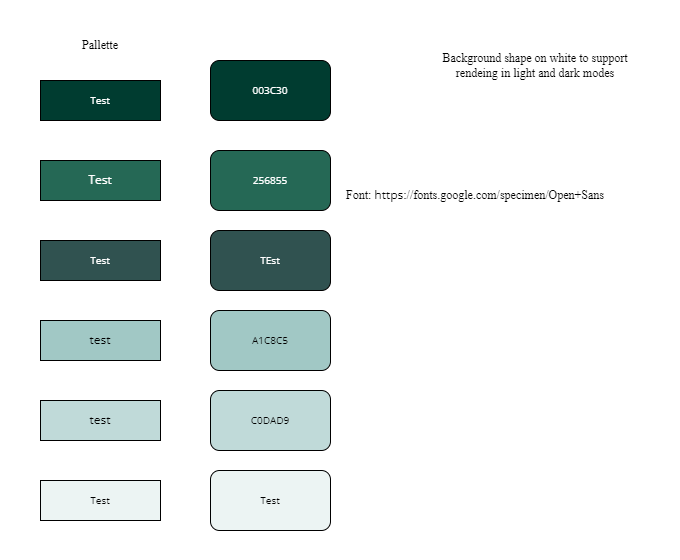
tazama-lf/docs keeps this draw.io diagram as files/templates/Tazama-template.drawio.png. Above is the earlier version. Source tidied: cells renumbered, new cells last; positions are measured from the earlier drawing's top-left corner, leaving out a move shared by most shapes.
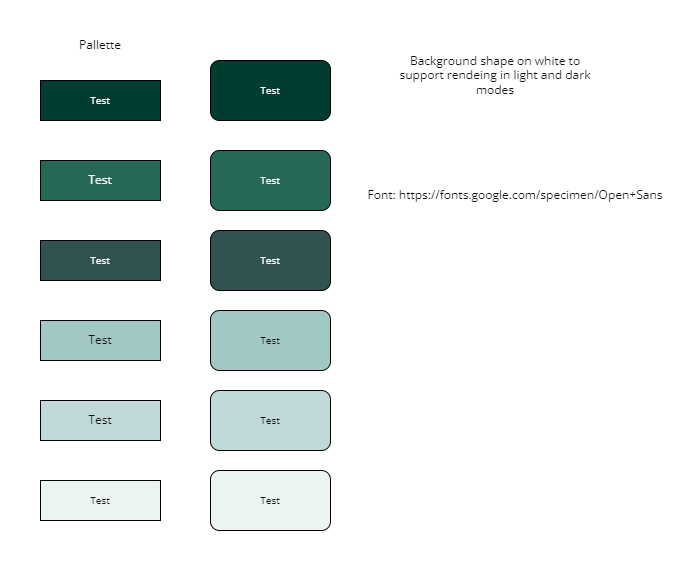
After the change.

Change to the diagram source:
```diff
@@ -2,52 +2,52 @@
   <root>
     <mxCell id="0" />
     <mxCell id="1" parent="0" />
-    <mxCell id="2" style="rounded=1;whiteSpace=wrap;html=1;strokeColor=none;" parent="1" vertex="1">
+    <mxCell id="2" style="rounded=1;whiteSpace=wrap;html=1;strokeColor=none;fillColor=#FFFFFF;fontColor=#0d0d0d;fontFamily=Open Sans;fontSource=https%3A%2F%2Ffonts.googleapis.com%2Fcss%3Ffamily%3DOpen%2BSans;" parent="1" vertex="1">
       <mxGeometry width="680" height="560" as="geometry" />
     </mxCell>
-    <mxCell id="3" value="&lt;font color=&quot;#ffffff&quot; style=&quot;font-size: 10px;&quot; face=&quot;open sans&quot;&gt;Test&lt;/font&gt;" style="rounded=0;whiteSpace=wrap;html=1;fillColor=#003c30;" parent="1" vertex="1">
+    <mxCell id="3" value="&lt;font color=&quot;#ffffff&quot; style=&quot;font-size: 10px;&quot;&gt;Test&lt;/font&gt;" style="rounded=0;whiteSpace=wrap;html=1;fillColor=#003c30;fontFamily=Open Sans;fontSource=https%3A%2F%2Ffonts.googleapis.com%2Fcss%3Ffamily%3DOpen%2BSans;" parent="1" vertex="1">
       <mxGeometry x="40" y="80" width="120" height="40" as="geometry" />
     </mxCell>
-    <mxCell id="4" value="&lt;font color=&quot;#ffffff&quot; face=&quot;open sans&quot;&gt;Test&lt;/font&gt;" style="rounded=0;whiteSpace=wrap;html=1;fillColor=#256855;" parent="1" vertex="1">
+    <mxCell id="4" value="&lt;font color=&quot;#ffffff&quot;&gt;Test&lt;/font&gt;" style="rounded=0;whiteSpace=wrap;html=1;fillColor=#256855;fontFamily=Open Sans;fontSource=https%3A%2F%2Ffonts.googleapis.com%2Fcss%3Ffamily%3DOpen%2BSans;" parent="1" vertex="1">
       <mxGeometry x="40" y="160" width="120" height="40" as="geometry" />
     </mxCell>
-    <mxCell id="5" value="&lt;font color=&quot;#ffffff&quot; style=&quot;font-size: 10px;&quot; face=&quot;open sans&quot;&gt;Test&lt;/font&gt;" style="rounded=0;whiteSpace=wrap;html=1;fillColor=#305250;" parent="1" vertex="1">
+    <mxCell id="5" value="&lt;font color=&quot;#ffffff&quot; style=&quot;font-size: 10px;&quot;&gt;Test&lt;/font&gt;" style="rounded=0;whiteSpace=wrap;html=1;fillColor=#305250;fontFamily=Open Sans;fontSource=https%3A%2F%2Ffonts.googleapis.com%2Fcss%3Ffamily%3DOpen%2BSans;" parent="1" vertex="1">
       <mxGeometry x="40" y="240" width="120" height="40" as="geometry" />
     </mxCell>
-    <mxCell id="6" value="&lt;font face=&quot;open sans&quot;&gt;test&lt;/font&gt;" style="rounded=0;whiteSpace=wrap;html=1;fillColor=#a1c8c5;" parent="1" vertex="1">
+    <mxCell id="6" value="&lt;font&gt;Test&lt;/font&gt;" style="rounded=0;whiteSpace=wrap;html=1;fillColor=#a1c8c5;fontColor=#0d0d0d;fontFamily=Open Sans;fontSource=https%3A%2F%2Ffonts.googleapis.com%2Fcss%3Ffamily%3DOpen%2BSans;" parent="1" vertex="1">
       <mxGeometry x="40" y="320" width="120" height="40" as="geometry" />
     </mxCell>
-    <mxCell id="7" value="&lt;font face=&quot;open sans&quot;&gt;test&lt;/font&gt;" style="rounded=0;whiteSpace=wrap;html=1;fillColor=#C0DAD9;" parent="1" vertex="1">
+    <mxCell id="7" value="&lt;font&gt;Test&lt;/font&gt;" style="rounded=0;whiteSpace=wrap;html=1;fillColor=#C0DAD9;fontColor=#0d0d0d;fontFamily=Open Sans;fontSource=https%3A%2F%2Ffonts.googleapis.com%2Fcss%3Ffamily%3DOpen%2BSans;" parent="1" vertex="1">
       <mxGeometry x="40" y="400" width="120" height="40" as="geometry" />
     </mxCell>
-    <mxCell id="8" value="&lt;font style=&quot;font-size: 10px;&quot; face=&quot;open sans&quot;&gt;Test&lt;/font&gt;" style="rounded=0;whiteSpace=wrap;html=1;fillColor=#ecf4f3;" parent="1" vertex="1">
+    <mxCell id="8" value="&lt;font style=&quot;font-size: 10px;&quot;&gt;Test&lt;/font&gt;" style="rounded=0;whiteSpace=wrap;html=1;fillColor=#ecf4f3;fontColor=#0d0d0d;fontFamily=Open Sans;fontSource=https%3A%2F%2Ffonts.googleapis.com%2Fcss%3Ffamily%3DOpen%2BSans;" parent="1" vertex="1">
       <mxGeometry x="40" y="480" width="120" height="40" as="geometry" />
     </mxCell>
-    <mxCell id="9" value="Background shape on white to support rendeing in light and dark modes" style="text;html=1;align=center;verticalAlign=middle;whiteSpace=wrap;rounded=0;fontFamily=https://fonts.google.com/specimen/Open+Sans;" parent="1" vertex="1">
-      <mxGeometry x="430" y="50" width="210" height="30" as="geometry" />
+    <mxCell id="9" value="Background shape on white to support rendeing in light and dark modes" style="text;html=1;align=center;verticalAlign=middle;whiteSpace=wrap;rounded=0;fontFamily=Open Sans;fontColor=#0d0d0d;fontSource=https%3A%2F%2Ffonts.googleapis.com%2Fcss%3Ffamily%3DOpen%2BSans;" parent="1" vertex="1">
+      <mxGeometry x="390" y="60" width="210" height="30" as="geometry" />
     </mxCell>
-    <mxCell id="10" value="Pallette" style="text;html=1;align=center;verticalAlign=middle;whiteSpace=wrap;rounded=0;fontFamily=https://fonts.google.com/specimen/Open+Sans;" parent="1" vertex="1">
+    <mxCell id="10" value="Pallette" style="text;html=1;align=center;verticalAlign=middle;whiteSpace=wrap;rounded=0;fontFamily=Open Sans;fontSource=https%3A%2F%2Ffonts.googleapis.com%2Fcss%3Ffamily%3DOpen%2BSans;" parent="1" vertex="1">
       <mxGeometry x="40" y="30" width="120" height="30" as="geometry" />
     </mxCell>
-    <mxCell id="11" value="Font:&amp;nbsp;&lt;font face=&quot;open sans&quot;&gt;https&lt;/font&gt;://fonts.google.com/specimen/Open+Sans" style="text;html=1;align=center;verticalAlign=middle;whiteSpace=wrap;rounded=0;fontFamily=https://fonts.google.com/specimen/Open+Sans;" parent="1" vertex="1">
-      <mxGeometry x="310" y="180" width="330" height="30" as="geometry" />
+    <mxCell id="11" value="Font:&amp;nbsp;&lt;font&gt;https&lt;/font&gt;://fonts.google.com/specimen/Open+Sans" style="text;html=1;align=center;verticalAlign=middle;whiteSpace=wrap;rounded=0;fontFamily=Open Sans;fontColor=#0d0d0d;fontSource=https%3A%2F%2Ffonts.googleapis.com%2Fcss%3Ffamily%3DOpen%2BSans;" parent="1" vertex="1">
+      <mxGeometry x="350" y="180" width="330" height="30" as="geometry" />
     </mxCell>
-    <mxCell id="12" value="&lt;font style=&quot;font-size: 10px;&quot; face=&quot;open sans&quot;&gt;C0DAD9&lt;/font&gt;" style="rounded=1;whiteSpace=wrap;html=1;fillColor=#C0DAD9;" parent="1" vertex="1">
+    <mxCell id="12" value="&lt;font style=&quot;font-size: 10px;&quot;&gt;Test&lt;/font&gt;" style="rounded=1;whiteSpace=wrap;html=1;fillColor=#C0DAD9;fontColor=#0d0d0d;fontFamily=Open Sans;fontSource=https%3A%2F%2Ffonts.googleapis.com%2Fcss%3Ffamily%3DOpen%2BSans;" parent="1" vertex="1">
       <mxGeometry x="210" y="390" width="120" height="60" as="geometry" />
     </mxCell>
-    <mxCell id="13" value="&lt;font style=&quot;font-size: 10px;&quot; face=&quot;open sans&quot;&gt;A1C8C5&lt;/font&gt;" style="rounded=1;whiteSpace=wrap;html=1;fillColor=#A1C8C5;" parent="1" vertex="1">
+    <mxCell id="13" value="&lt;font style=&quot;font-size: 10px;&quot;&gt;Test&lt;/font&gt;" style="rounded=1;whiteSpace=wrap;html=1;fillColor=#A1C8C5;fontColor=#0d0d0d;fontFamily=Open Sans;fontSource=https%3A%2F%2Ffonts.googleapis.com%2Fcss%3Ffamily%3DOpen%2BSans;" parent="1" vertex="1">
       <mxGeometry x="210" y="310" width="120" height="60" as="geometry" />
     </mxCell>
-    <mxCell id="14" value="&lt;font style=&quot;font-size: 10px;&quot; face=&quot;open sans&quot; color=&quot;#ffffff&quot;&gt;TEst&lt;/font&gt;" style="rounded=1;whiteSpace=wrap;html=1;fillColor=#305250;" parent="1" vertex="1">
+    <mxCell id="14" value="&lt;font style=&quot;font-size: 10px;&quot; color=&quot;#ffffff&quot;&gt;Test&lt;/font&gt;" style="rounded=1;whiteSpace=wrap;html=1;fillColor=#305250;fontFamily=Open Sans;fontSource=https%3A%2F%2Ffonts.googleapis.com%2Fcss%3Ffamily%3DOpen%2BSans;" parent="1" vertex="1">
       <mxGeometry x="210" y="230" width="120" height="60" as="geometry" />
     </mxCell>
-    <mxCell id="15" value="&lt;font style=&quot;font-size: 10px;&quot; color=&quot;#ffffff&quot; face=&quot;open sans&quot;&gt;256855&lt;/font&gt;" style="rounded=1;whiteSpace=wrap;html=1;fillColor=#256855;" parent="1" vertex="1">
+    <mxCell id="15" value="&lt;font style=&quot;font-size: 10px;&quot; color=&quot;#ffffff&quot;&gt;Test&lt;/font&gt;" style="rounded=1;whiteSpace=wrap;html=1;fillColor=#256855;fontFamily=Open Sans;fontSource=https%3A%2F%2Ffonts.googleapis.com%2Fcss%3Ffamily%3DOpen%2BSans;" parent="1" vertex="1">
       <mxGeometry x="210" y="150" width="120" height="60" as="geometry" />
     </mxCell>
-    <mxCell id="16" value="&lt;font color=&quot;#ffffff&quot; style=&quot;font-size: 10px;&quot; face=&quot;open sans&quot;&gt;003C30&lt;/font&gt;" style="rounded=1;whiteSpace=wrap;html=1;fillColor=#003C30;" parent="1" vertex="1">
+    <mxCell id="16" value="&lt;font color=&quot;#ffffff&quot; style=&quot;font-size: 10px;&quot;&gt;Test&lt;/font&gt;" style="rounded=1;whiteSpace=wrap;html=1;fillColor=#003C30;fontFamily=Open Sans;fontSource=https%3A%2F%2Ffonts.googleapis.com%2Fcss%3Ffamily%3DOpen%2BSans;" parent="1" vertex="1">
       <mxGeometry x="210" y="60" width="120" height="60" as="geometry" />
     </mxCell>
-    <mxCell id="17" value="&lt;font style=&quot;font-size: 10px;&quot; face=&quot;open sans&quot;&gt;Test&lt;/font&gt;" style="rounded=1;whiteSpace=wrap;html=1;fillColor=#ECF4F3;" parent="1" vertex="1">
+    <mxCell id="17" value="&lt;font style=&quot;font-size: 10px;&quot;&gt;Test&lt;/font&gt;" style="rounded=1;whiteSpace=wrap;html=1;fillColor=#ECF4F3;fontColor=#0d0d0d;fontFamily=Open Sans;fontSource=https%3A%2F%2Ffonts.googleapis.com%2Fcss%3Ffamily%3DOpen%2BSans;" parent="1" vertex="1">
       <mxGeometry x="210" y="470" width="120" height="60" as="geometry" />
     </mxCell>
   </root>
```
